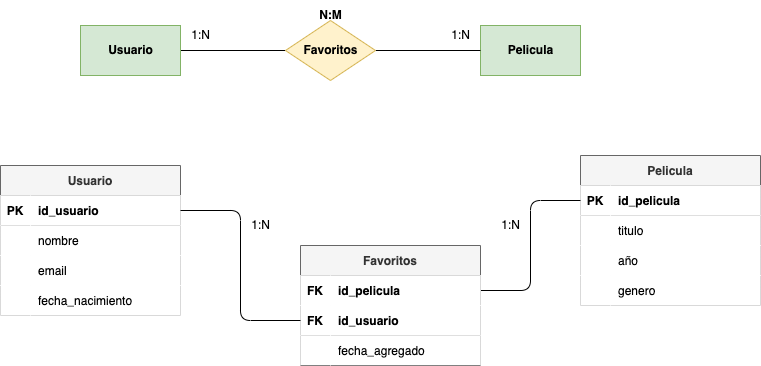
The draw.io diagram tareas/tarea-3/images/ejercicio7.drawio.png in deylansystem/actividadesBAE, before a commit. Source tidied: cells renumbered, new cells last; positions are measured from the earlier drawing's top-left corner, leaving out a move shared by most shapes.
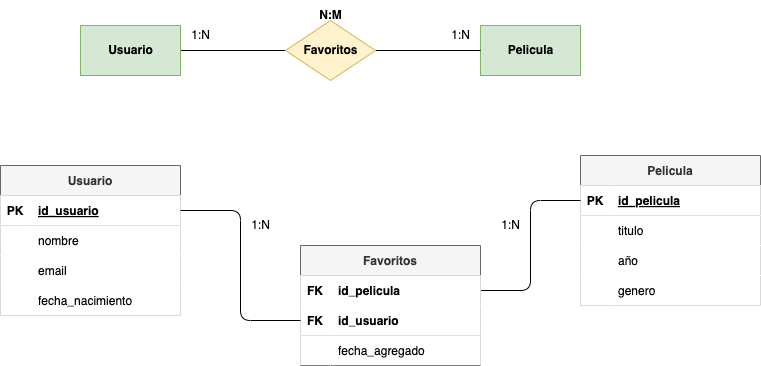
The same diagram one commit later.

The edit, as a diff of the source:
```diff
@@ -35,7 +35,7 @@
     <mxCell id="12" value="PK" style="shape=partialRectangle;fillColor=#FFFFFF;top=0;left=0;bottom=0;right=0;fontStyle=1;overflow=hidden;fontColor=#000000;" parent="11" vertex="1">
       <mxGeometry width="30" height="30" as="geometry" />
     </mxCell>
-    <mxCell id="13" value="id_usuario" style="shape=partialRectangle;fillColor=#FFFFFF;top=0;left=0;bottom=0;right=0;align=left;spacingLeft=6;fontStyle=1;overflow=hidden;fontColor=#000000;" parent="11" vertex="1">
+    <mxCell id="13" value="id_usuario" style="shape=partialRectangle;fillColor=#FFFFFF;top=0;left=0;bottom=0;right=0;align=left;spacingLeft=6;fontStyle=5;overflow=hidden;fontColor=#000000;" parent="11" vertex="1">
       <mxGeometry x="30" width="150" height="30" as="geometry" />
     </mxCell>
     <mxCell id="14" style="shape=tableRow;horizontal=0;startSize=0;swimlaneHead=0;swimlaneBody=0;fillColor=#FFFFFF;top=0;left=0;right=0;bottom=0;fontColor=#000000;" parent="10" vertex="1">
@@ -74,7 +74,7 @@
     <mxCell id="25" value="PK" style="shape=partialRectangle;fillColor=#FFFFFF;top=0;left=0;bottom=0;right=0;fontStyle=1;overflow=hidden;fontColor=#000000;" parent="24" vertex="1">
       <mxGeometry width="30" height="30" as="geometry" />
     </mxCell>
-    <mxCell id="26" value="id_pelicula" style="shape=partialRectangle;fillColor=#FFFFFF;top=0;left=0;bottom=0;right=0;align=left;spacingLeft=6;fontStyle=1;overflow=hidden;fontColor=#000000;" parent="24" vertex="1">
+    <mxCell id="26" value="id_pelicula" style="shape=partialRectangle;fillColor=#FFFFFF;top=0;left=0;bottom=0;right=0;align=left;spacingLeft=6;fontStyle=5;overflow=hidden;fontColor=#000000;" parent="24" vertex="1">
       <mxGeometry x="30" width="150" height="30" as="geometry" />
     </mxCell>
     <mxCell id="27" style="shape=tableRow;horizontal=0;startSize=0;swimlaneHead=0;swimlaneBody=0;fillColor=#FFFFFF;top=0;left=0;right=0;bottom=0;fontColor=#000000;" parent="23" vertex="1">
```
